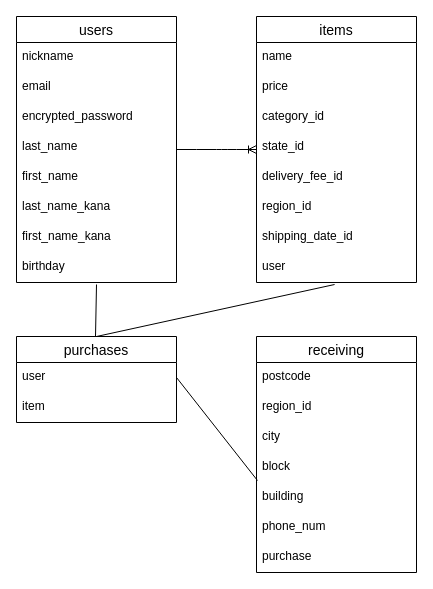
Before: furima.dio in sho1999/furima-32340, a draw.io diagram. Source tidied: cells renumbered, new cells numbered last; positions are measured from the earlier drawing's top-left corner, leaving out a move shared by most shapes. Both pictures are drawn from the tidied source at 100%, with x=0, y=0 at pixel (16, 16).
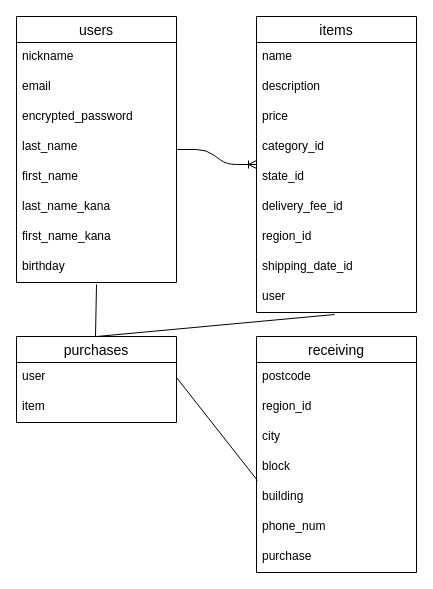
The same diagram, later.

Diff of the diagram source:
```diff
@@
     <mxCell id="11" value="items" style="swimlane;fontStyle=0;horizontal=1;startSize=26;align=center;fontSize=14;" parent="1" vertex="1">
-      <mxGeometry x="240" width="160" height="266" as="geometry" />
+      <mxGeometry x="240" width="160" height="296" as="geometry" />
     </mxCell>
@@
+    <mxCell id="35" value="description" style="text;strokeColor=none;fillColor=none;spacingLeft=4;spacingRight=4;overflow=hidden;fontSize=12;" parent="11" vertex="1">
+      <mxGeometry y="56" width="160" height="30" as="geometry" />
+    </mxCell>
     <mxCell id="13" value="price" style="text;strokeColor=none;fillColor=none;spacingLeft=4;spacingRight=4;overflow=hidden;fontSize=12;" parent="11" vertex="1">
-      <mxGeometry y="56" width="160" height="30" as="geometry" />
+      <mxGeometry y="86" width="160" height="30" as="geometry" />
     </mxCell>
     <mxCell id="14" value="category_id" style="text;strokeColor=none;fillColor=none;spacingLeft=4;spacingRight=4;overflow=hidden;fontSize=12;" parent="11" vertex="1">
-      <mxGeometry y="86" width="160" height="30" as="geometry" />
+      <mxGeometry y="116" width="160" height="30" as="geometry" />
     </mxCell>
     <mxCell id="15" value="state_id" style="text;strokeColor=none;fillColor=none;spacingLeft=4;spacingRight=4;overflow=hidden;fontSize=12;" parent="11" vertex="1">
-      <mxGeometry y="116" width="160" height="30" as="geometry" />
+      <mxGeometry y="146" width="160" height="30" as="geometry" />
     </mxCell>
     <mxCell id="16" value="delivery_fee_id&#10;" style="text;strokeColor=none;fillColor=none;spacingLeft=4;spacingRight=4;overflow=hidden;fontSize=12;" parent="11" vertex="1">
-      <mxGeometry y="146" width="160" height="30" as="geometry" />
+      <mxGeometry y="176" width="160" height="30" as="geometry" />
     </mxCell>
     <mxCell id="17" value="region_id" style="text;strokeColor=none;fillColor=none;spacingLeft=4;spacingRight=4;overflow=hidden;fontSize=12;" parent="11" vertex="1">
-      <mxGeometry y="176" width="160" height="30" as="geometry" />
+      <mxGeometry y="206" width="160" height="30" as="geometry" />
     </mxCell>
     <mxCell id="18" value="shipping_date_id" style="text;strokeColor=none;fillColor=none;spacingLeft=4;spacingRight=4;overflow=hidden;fontSize=12;" parent="11" vertex="1">
-      <mxGeometry y="206" width="160" height="30" as="geometry" />
+      <mxGeometry y="236" width="160" height="30" as="geometry" />
     </mxCell>
     <mxCell id="19" value="user" style="text;strokeColor=none;fillColor=none;spacingLeft=4;spacingRight=4;overflow=hidden;points=[[0,0.5],[1,0.5]];portConstraint=eastwest;fontSize=12;" parent="11" vertex="1">
-      <mxGeometry y="236" width="160" height="30" as="geometry" />
+      <mxGeometry y="266" width="160" height="30" as="geometry" />
     </mxCell>
```
